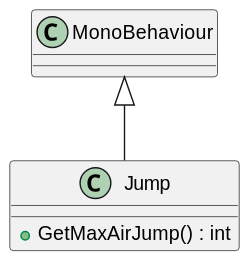
Above: UML/Capabilities/Jump.svg in KawinM23/TakeControl (PlantUML), before the change.
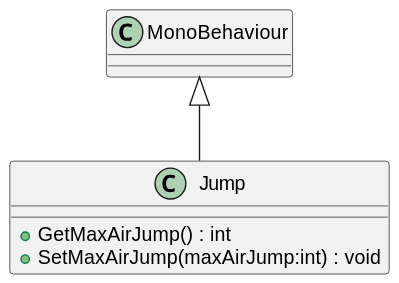
Later version of the same file.

The edit, as a diff of the source:
```diff
@@ -1,6 +1,7 @@
 @startuml
 class Jump {
     + GetMaxAirJump() : int
+    + SetMaxAirJump(maxAirJump:int) : void
 }
 MonoBehaviour <|-- Jump
 @enduml
```
